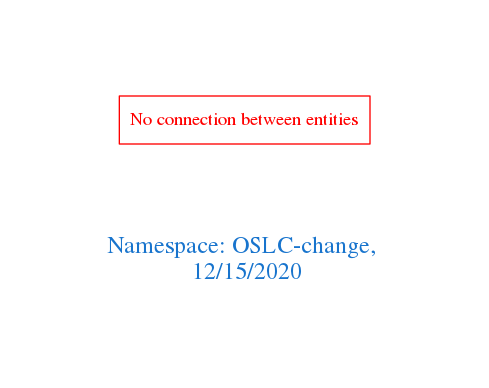
This is downloads/OSLC-change.png from arago/OGIT, a Graphviz export, as it was before one commit. Its source is kept beside it as downloads/OSLC-change.dot.
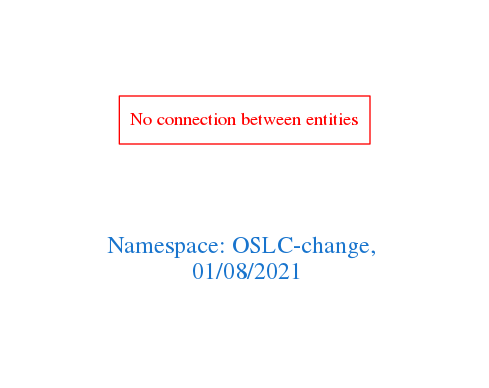
After the commit.

Change to the diagram source:
```diff
@@ -1,7 +1,7 @@
 digraph OGIT_ontology {
  graph [ rankdir= LR,pad=1
 fontsize = 18,
-fontcolor= dodgerblue3,label = "\n\n\nNamespace: OSLC-change, \n 12/15/2020"];
+fontcolor= dodgerblue3,label = "\n\n\nNamespace: OSLC-change, \n 01/08/2021"];
 node[shape=polygon];
 edge [  color="gray81"];
 
```
